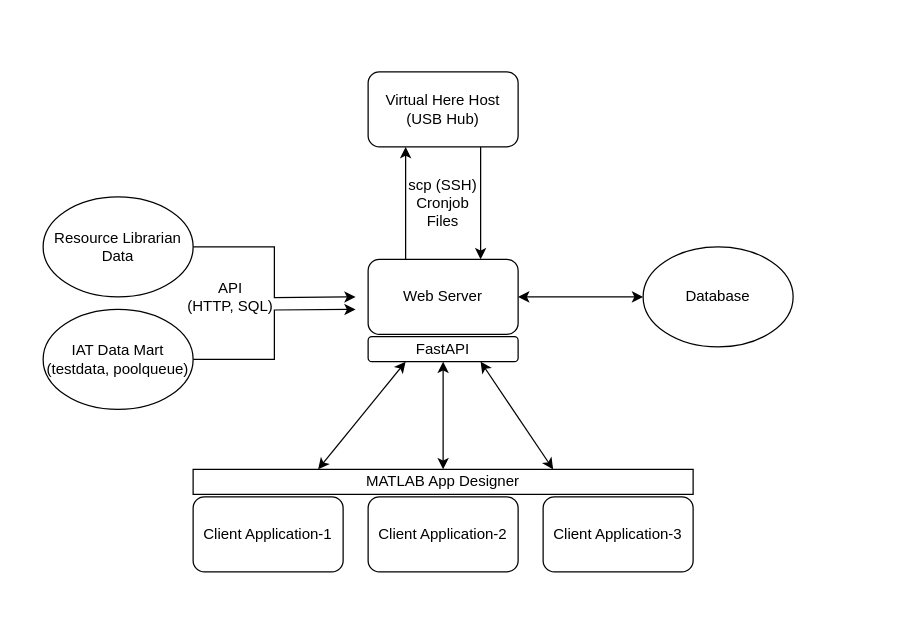
Earlier version of the draw.io diagram Untitled Diagram.drawio (rahulch02/AmplifyApp). Source tidied: cells renumbered, new cells numbered last; positions are measured from the earlier drawing's top-left corner, leaving out a move shared by most shapes. Both pictures are drawn from the tidied source at 125%, with x=0, y=0 at pixel (42, 71).
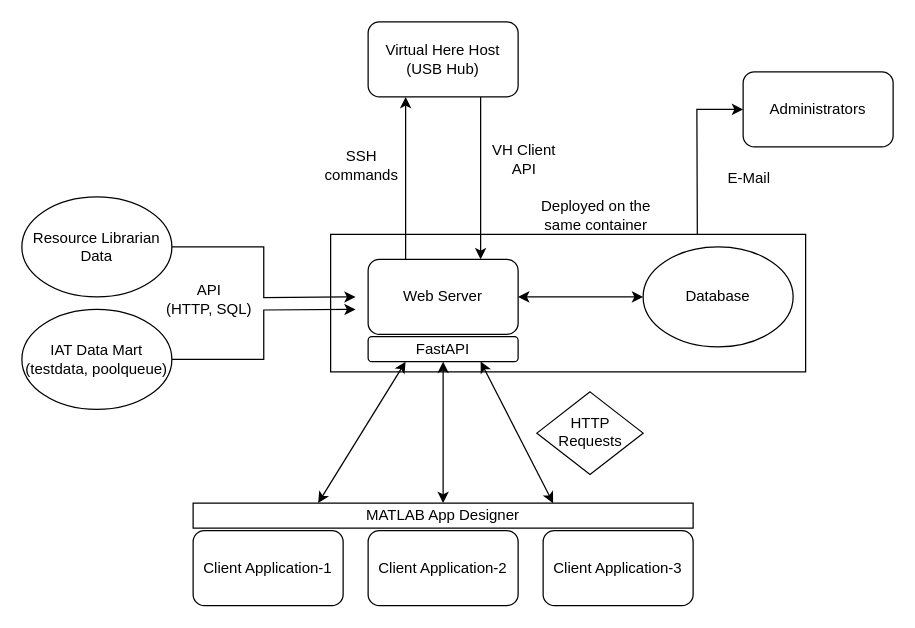
The same page after the edit.

Change to the diagram source:
```diff
@@
     <mxCell id="3" value="Virtual Here Host (USB Hub)" style="rounded=1;whiteSpace=wrap;html=1;" parent="1" vertex="1">
-      <mxGeometry x="260" width="120" height="60" as="geometry" />
+      <mxGeometry x="260" y="-40" width="120" height="60" as="geometry" />
     </mxCell>
     <mxCell id="4" value="Client Application-1" style="rounded=1;whiteSpace=wrap;html=1;" parent="1" vertex="1">
-      <mxGeometry x="120" y="340" width="120" height="60" as="geometry" />
+      <mxGeometry x="120" y="367" width="120" height="60" as="geometry" />
     </mxCell>
     <mxCell id="5" value="Client Application-2" style="rounded=1;whiteSpace=wrap;html=1;" parent="1" vertex="1">
-      <mxGeometry x="260" y="340" width="120" height="60" as="geometry" />
+      <mxGeometry x="260" y="367" width="120" height="60" as="geometry" />
     </mxCell>
     <mxCell id="6" value="Client Application-3" style="rounded=1;whiteSpace=wrap;html=1;" parent="1" vertex="1">
-      <mxGeometry x="400" y="340" width="120" height="60" as="geometry" />
+      <mxGeometry x="400" y="367" width="120" height="60" as="geometry" />
     </mxCell>
@@
     <mxCell id="13" value="Resource Librarian Data" style="ellipse;whiteSpace=wrap;html=1;" parent="1" vertex="1">
-      <mxGeometry y="100" width="120" height="80" as="geometry" />
+      <mxGeometry x="-17" y="100" width="120" height="80" as="geometry" />
     </mxCell>
@@
     <mxCell id="15" value="IAT Data Mart&lt;br&gt;(testdata, poolqueue)" style="ellipse;whiteSpace=wrap;html=1;" parent="1" vertex="1">
-      <mxGeometry y="190" width="120" height="80" as="geometry" />
+      <mxGeometry x="-17" y="190" width="120" height="80" as="geometry" />
     </mxCell>
     <mxCell id="16" value="&lt;div&gt;API&lt;/div&gt;&lt;div&gt;(HTTP, SQL)&lt;br&gt;&lt;/div&gt;" style="text;html=1;strokeColor=none;fillColor=none;align=center;verticalAlign=middle;whiteSpace=wrap;rounded=0;" parent="1" vertex="1">
-      <mxGeometry x="110" y="165" width="80" height="30" as="geometry" />
+      <mxGeometry x="93" y="167" width="80" height="30" as="geometry" />
     </mxCell>
@@
-    <mxCell id="20" value="scp (SSH) Cronjob Files" style="text;html=1;strokeColor=none;fillColor=none;align=center;verticalAlign=middle;whiteSpace=wrap;rounded=0;" parent="1" vertex="1">
-      <mxGeometry x="285" y="90" width="70" height="30" as="geometry" />
+    <mxCell id="20" value="VH Client API" style="text;html=1;strokeColor=none;fillColor=none;align=center;verticalAlign=middle;whiteSpace=wrap;rounded=0;" parent="1" vertex="1">
+      <mxGeometry x="350" y="55" width="70" height="30" as="geometry" />
     </mxCell>
     <mxCell id="21" value="MATLAB App Designer" style="rounded=0;whiteSpace=wrap;html=1;" parent="1" vertex="1">
-      <mxGeometry x="120" y="318" width="400" height="20" as="geometry" />
+      <mxGeometry x="120" y="345" width="400" height="20" as="geometry" />
     </mxCell>
+    <mxCell id="22" style="rounded=0;whiteSpace=wrap;html=1;fillColor=none;" parent="1" vertex="1">
+      <mxGeometry x="230" y="130" width="380" height="110" as="geometry" />
+    </mxCell>
+    <mxCell id="23" value="Deployed on the same container" style="text;html=1;strokeColor=none;fillColor=none;align=center;verticalAlign=middle;whiteSpace=wrap;rounded=0;" parent="1" vertex="1">
+      <mxGeometry x="395" y="100" width="95" height="30" as="geometry" />
+    </mxCell>
+    <mxCell id="24" style="endArrow=classic;html=1;rounded=0;exitX=0.772;exitY=0;exitDx=0;exitDy=0;entryX=0;entryY=0.5;entryDx=0;entryDy=0;exitPerimeter=0;" parent="1" edge="1" source="22" target="25">
+      <mxGeometry relative="1" as="geometry">
+        <Array as="points">
+          <mxPoint x="523" y="30" />
+        </Array>
+      </mxGeometry>
+    </mxCell>
+    <mxCell id="25" value="Administrators" style="rounded=1;whiteSpace=wrap;html=1;" parent="1" vertex="1">
+      <mxGeometry x="560" width="120" height="60" as="geometry" />
+    </mxCell>
+    <mxCell id="26" value="SSH commands" style="text;html=1;strokeColor=none;fillColor=none;align=center;verticalAlign=middle;whiteSpace=wrap;rounded=0;" parent="1" vertex="1">
+      <mxGeometry x="220" y="60" width="70" height="30" as="geometry" />
+    </mxCell>
+    <mxCell id="27" value="E-Mail" style="text;html=1;strokeColor=none;fillColor=none;align=center;verticalAlign=middle;whiteSpace=wrap;rounded=0;" parent="1" vertex="1">
+      <mxGeometry x="530" y="70" width="70" height="30" as="geometry" />
+    </mxCell>
+    <mxCell id="28" value="HTTP Requests" style="text;html=1;strokeColor=none;fillColor=none;align=center;verticalAlign=middle;whiteSpace=wrap;rounded=0;" parent="1" vertex="1">
+      <mxGeometry x="407.5" y="273" width="60" height="30" as="geometry" />
+    </mxCell>
+    <mxCell id="29" style="rhombus;whiteSpace=wrap;html=1;fillColor=none;" parent="1" vertex="1">
+      <mxGeometry x="395" y="256" width="85" height="66" as="geometry" />
+    </mxCell>
```
